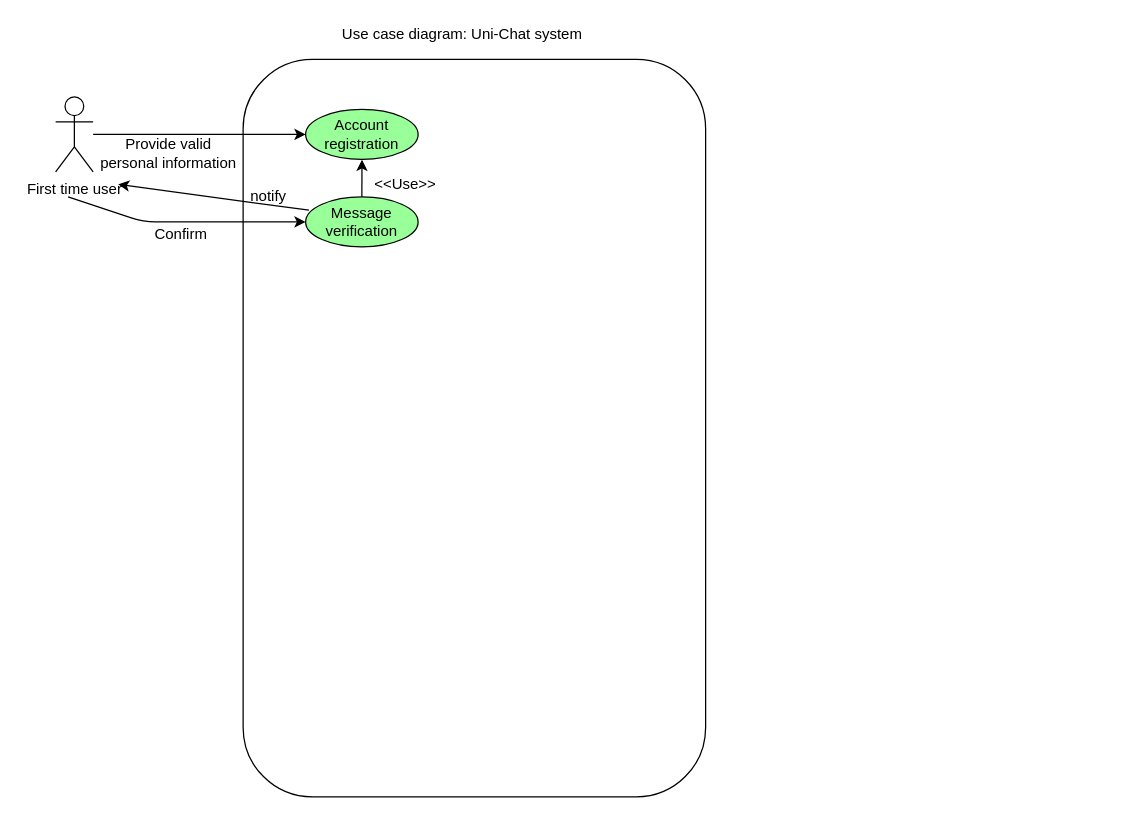
Before: Untitled Diagram.drawio in Allen-W426/java-8-lambdas-exercises, a draw.io diagram. Source tidied: cells renumbered, new cells numbered last; positions are measured from the earlier drawing's top-left corner, leaving out a move shared by most shapes. Both pictures are drawn from the tidied source at 125%, with x=0, y=0 at pixel (55, 21).
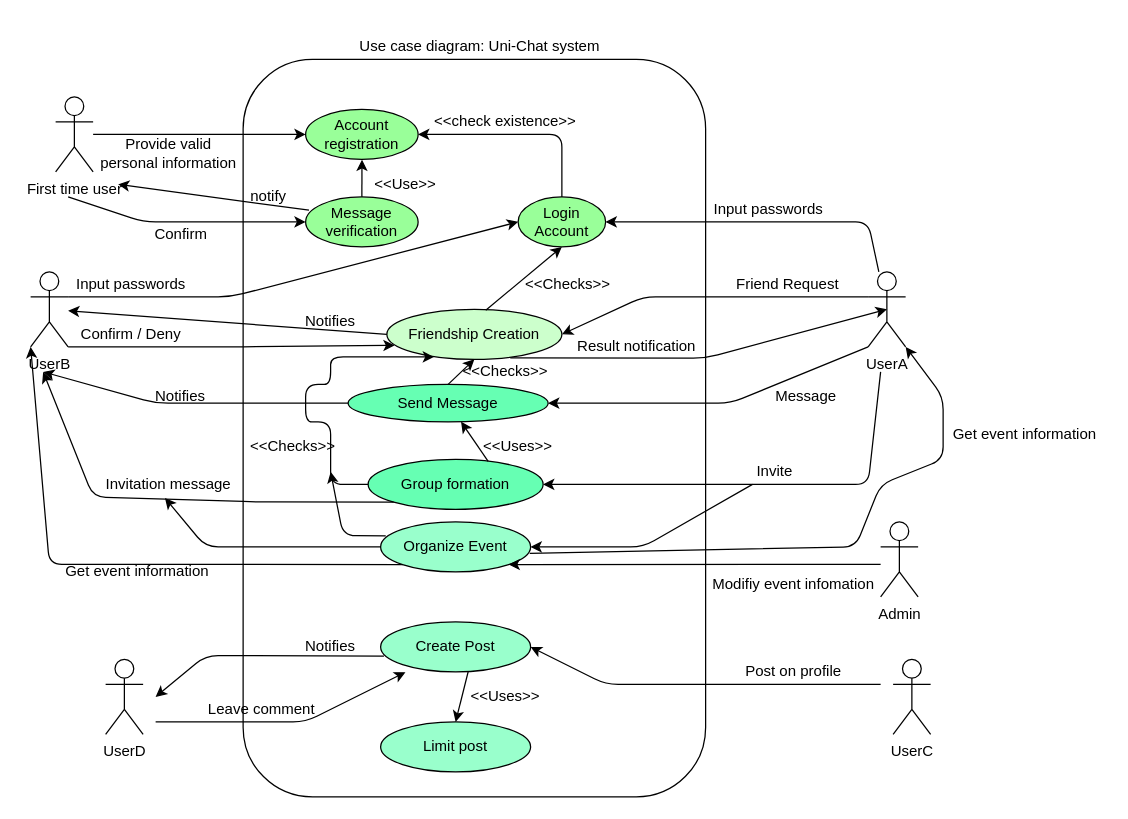
The same page after the edit.

The change refers to these unchanged cells:
```xml
<mxCell id="2" style="rounded=1;whiteSpace=wrap;html=1;" parent="1" vertex="1">
  <mxGeometry x="150" y="30" width="370" height="590" as="geometry" />
</mxCell>
<mxCell id="5" style="ellipse;whiteSpace=wrap;html=1;fillColor=#99FF99;" parent="1" vertex="1">
  <mxGeometry x="200" y="70" width="90" height="40" as="geometry" />
</mxCell>
```

Change to the diagram source:
```diff
@@
     <mxCell id="3" value="Use case diagram: Uni-Chat system" style="text;html=1;align=center;verticalAlign=middle;strokeColor=none;" parent="1" vertex="1">
-      <mxGeometry x="220" width="210" height="20" as="geometry" />
+      <mxGeometry x="234" y="10" width="210" height="20" as="geometry" />
     </mxCell>
@@
+    <mxCell id="16" value="Login Account" style="ellipse;whiteSpace=wrap;html=1;fillColor=#99FF99;" parent="1" vertex="1">
+      <mxGeometry x="370" y="140" width="70" height="40" as="geometry" />
+    </mxCell>
+    <mxCell id="17" value="UserA" style="shape=umlActor;verticalLabelPosition=bottom;verticalAlign=top;html=1;outlineConnect=0;fillColor=#FFFFFF;" parent="1" vertex="1">
+      <mxGeometry x="650" y="200" width="30" height="60" as="geometry" />
+    </mxCell>
+    <mxCell id="18" value="UserB" style="shape=umlActor;verticalLabelPosition=bottom;verticalAlign=top;html=1;outlineConnect=0;fillColor=#FFFFFF;" parent="1" vertex="1">
+      <mxGeometry x="-20" y="200" width="30" height="60" as="geometry" />
+    </mxCell>
+    <mxCell id="19" style="endArrow=classic;html=1;entryX=1;entryY=0.5;entryDx=0;entryDy=0;" parent="1" edge="1" source="17" target="16">
+      <mxGeometry relative="1" as="geometry">
+        <Array as="points">
+          <mxPoint x="650" y="160" />
+        </Array>
+      </mxGeometry>
+    </mxCell>
+    <mxCell id="20" value="Input passwords" style="text;html=1;align=center;verticalAlign=middle;strokeColor=none;" parent="1" vertex="1">
+      <mxGeometry x="520" y="140" width="100" height="20" as="geometry" />
+    </mxCell>
+    <mxCell id="21" style="endArrow=classic;html=1;exitX=1;exitY=0.3333333333333333;exitDx=0;exitDy=0;exitPerimeter=0;entryX=0;entryY=0.5;entryDx=0;entryDy=0;" parent="1" edge="1" source="18" target="16">
+      <mxGeometry relative="1" as="geometry">
+        <Array as="points">
+          <mxPoint x="140" y="220" />
+        </Array>
+      </mxGeometry>
+    </mxCell>
+    <mxCell id="22" value="Input passwords" style="text;html=1;align=center;verticalAlign=middle;strokeColor=none;" parent="1" vertex="1">
+      <mxGeometry x="10" y="200" width="100" height="20" as="geometry" />
+    </mxCell>
+    <mxCell id="23" value="Friendship Creation" style="ellipse;whiteSpace=wrap;html=1;fillColor=#CCFFCC;" parent="1" vertex="1">
+      <mxGeometry x="265" y="230" width="140" height="40" as="geometry" />
+    </mxCell>
+    <mxCell id="24" style="endArrow=classic;html=1;exitX=0.565;exitY=0.017;exitDx=0;exitDy=0;exitPerimeter=0;entryX=0.5;entryY=1;entryDx=0;entryDy=0;" parent="1" edge="1" source="23" target="16">
+      <mxGeometry relative="1" as="geometry" />
+    </mxCell>
+    <mxCell id="25" value="&amp;lt;&amp;lt;Checks&amp;gt;&amp;gt;" style="text;html=1;strokeColor=none;fillColor=none;align=center;verticalAlign=middle;whiteSpace=wrap;rounded=0;" parent="1" vertex="1">
+      <mxGeometry x="390" y="200" width="40" height="20" as="geometry" />
+    </mxCell>
+    <mxCell id="26" style="endArrow=classic;html=1;exitX=0;exitY=0.3333333333333333;exitDx=0;exitDy=0;exitPerimeter=0;entryX=1;entryY=0.5;entryDx=0;entryDy=0;" parent="1" edge="1" source="17" target="23">
+      <mxGeometry relative="1" as="geometry">
+        <Array as="points">
+          <mxPoint x="470" y="220" />
+        </Array>
+      </mxGeometry>
+    </mxCell>
+    <mxCell id="27" value="Friend Request&amp;nbsp;" style="text;html=1;strokeColor=none;fillColor=none;align=center;verticalAlign=middle;whiteSpace=wrap;rounded=0;" parent="1" vertex="1">
+      <mxGeometry x="540" y="200" width="95" height="20" as="geometry" />
+    </mxCell>
+    <mxCell id="28" style="endArrow=classic;html=1;exitX=0;exitY=0.5;exitDx=0;exitDy=0;" parent="1" edge="1" source="23" target="18">
+      <mxGeometry relative="1" as="geometry" />
+    </mxCell>
+    <mxCell id="29" value="Notifies" style="text;html=1;strokeColor=none;fillColor=none;align=center;verticalAlign=middle;whiteSpace=wrap;rounded=0;" parent="1" vertex="1">
+      <mxGeometry x="200" y="230" width="40" height="20" as="geometry" />
+    </mxCell>
+    <mxCell id="30" style="endArrow=classic;html=1;exitX=1;exitY=1;exitDx=0;exitDy=0;exitPerimeter=0;entryX=0.044;entryY=0.719;entryDx=0;entryDy=0;entryPerimeter=0;" parent="1" edge="1" source="18" target="23">
+      <mxGeometry relative="1" as="geometry">
+        <Array as="points">
+          <mxPoint x="140" y="260" />
+        </Array>
+      </mxGeometry>
+    </mxCell>
+    <mxCell id="31" value="Confirm / Deny" style="text;html=1;align=center;verticalAlign=middle;strokeColor=none;" parent="1" vertex="1">
+      <mxGeometry x="10" y="240" width="100" height="20" as="geometry" />
+    </mxCell>
+    <mxCell id="32" style="endArrow=classic;html=1;exitX=0.705;exitY=0.969;exitDx=0;exitDy=0;exitPerimeter=0;entryX=0.5;entryY=0.5;entryDx=0;entryDy=0;entryPerimeter=0;" parent="1" edge="1" source="23" target="17">
+      <mxGeometry relative="1" as="geometry">
+        <Array as="points">
+          <mxPoint x="520" y="269" />
+        </Array>
+      </mxGeometry>
+    </mxCell>
+    <mxCell id="33" value="Result notification" style="text;html=1;strokeColor=none;fillColor=none;align=center;verticalAlign=middle;whiteSpace=wrap;rounded=0;" parent="1" vertex="1">
+      <mxGeometry x="405" y="250" width="120" height="20" as="geometry" />
+    </mxCell>
+    <mxCell id="34" style="endArrow=classic;html=1;entryX=1;entryY=0.5;entryDx=0;entryDy=0;exitX=0.5;exitY=0;exitDx=0;exitDy=0;" parent="1" edge="1" source="16" target="5">
+      <mxGeometry relative="1" as="geometry">
+        <Array as="points">
+          <mxPoint x="405" y="90" />
+        </Array>
+      </mxGeometry>
+    </mxCell>
+    <mxCell id="35" value="&amp;lt;&amp;lt;check existence&amp;gt;&amp;gt;" style="text;html=1;strokeColor=none;fillColor=none;align=center;verticalAlign=middle;whiteSpace=wrap;rounded=0;" parent="1" vertex="1">
+      <mxGeometry x="300" y="70" width="120" height="20" as="geometry" />
+    </mxCell>
+    <mxCell id="36" value="Send Message" style="ellipse;whiteSpace=wrap;html=1;fillColor=#66FFB3;" parent="1" vertex="1">
+      <mxGeometry x="234" y="290" width="160" height="30" as="geometry" />
+    </mxCell>
+    <mxCell id="37" style="endArrow=classic;html=1;exitX=0;exitY=1;exitDx=0;exitDy=0;exitPerimeter=0;entryX=1;entryY=0.5;entryDx=0;entryDy=0;" parent="1" edge="1" source="17" target="36">
+      <mxGeometry relative="1" as="geometry">
+        <Array as="points">
+          <mxPoint x="540" y="305" />
+        </Array>
+      </mxGeometry>
+    </mxCell>
+    <mxCell id="38" value="Message" style="text;html=1;align=center;verticalAlign=middle;strokeColor=none;" parent="1" vertex="1">
+      <mxGeometry x="570" y="290" width="60" height="20" as="geometry" />
+    </mxCell>
+    <mxCell id="39" style="endArrow=classic;html=1;exitX=0;exitY=0.5;exitDx=0;exitDy=0;" parent="1" edge="1" source="36">
+      <mxGeometry relative="1" as="geometry">
+        <mxPoint x="-10" y="280" as="targetPoint" />
+        <Array as="points">
+          <mxPoint x="80" y="305" />
+        </Array>
+      </mxGeometry>
+    </mxCell>
+    <mxCell id="40" style="endArrow=classic;html=1;exitX=0.5;exitY=0;exitDx=0;exitDy=0;entryX=0.5;entryY=1;entryDx=0;entryDy=0;" parent="1" edge="1" source="36" target="23">
+      <mxGeometry relative="1" as="geometry" />
+    </mxCell>
+    <mxCell id="41" value="&amp;lt;&amp;lt;Checks&amp;gt;&amp;gt;" style="text;html=1;strokeColor=none;fillColor=none;align=center;verticalAlign=middle;whiteSpace=wrap;rounded=0;" parent="1" vertex="1">
+      <mxGeometry x="340" y="270" width="40" height="20" as="geometry" />
+    </mxCell>
+    <mxCell id="42" value="Notifies" style="text;html=1;strokeColor=none;fillColor=none;align=center;verticalAlign=middle;whiteSpace=wrap;rounded=0;" parent="1" vertex="1">
+      <mxGeometry x="80" y="290" width="40" height="20" as="geometry" />
+    </mxCell>
+    <mxCell id="43" value="Group formation" style="ellipse;whiteSpace=wrap;html=1;fillColor=#66FFB3;" parent="1" vertex="1">
+      <mxGeometry x="250" y="350" width="140" height="40" as="geometry" />
+    </mxCell>
+    <mxCell id="44" style="endArrow=classic;html=1;entryX=1;entryY=0.5;entryDx=0;entryDy=0;" parent="1" edge="1" target="43">
+      <mxGeometry relative="1" as="geometry">
+        <mxPoint x="660" y="280" as="sourcePoint" />
+        <Array as="points">
+          <mxPoint x="650" y="370" />
+        </Array>
+      </mxGeometry>
+    </mxCell>
+    <mxCell id="45" value="Invite" style="text;html=1;align=center;verticalAlign=middle;points=[];strokeColor=none;" parent="1" vertex="1">
+      <mxGeometry x="555" y="350" width="40" height="20" as="geometry" />
+    </mxCell>
+    <mxCell id="46" style="endArrow=classic;html=1;exitX=0;exitY=0.5;exitDx=0;exitDy=0;entryX=0.269;entryY=0.95;entryDx=0;entryDy=0;entryPerimeter=0;" parent="1" edge="1" source="43" target="23">
+      <mxGeometry relative="1" as="geometry">
+        <Array as="points">
+          <mxPoint x="220" y="370" />
+          <mxPoint x="220" y="320" />
+          <mxPoint x="200" y="320" />
+          <mxPoint x="200" y="290" />
+          <mxPoint x="220" y="290" />
+          <mxPoint x="220" y="268" />
+        </Array>
+      </mxGeometry>
+    </mxCell>
+    <mxCell id="47" value="&amp;lt;&amp;lt;Checks&amp;gt;&amp;gt;" style="text;html=1;strokeColor=none;fillColor=none;align=center;verticalAlign=middle;whiteSpace=wrap;rounded=0;" parent="1" vertex="1">
+      <mxGeometry x="170" y="330" width="40" height="20" as="geometry" />
+    </mxCell>
+    <mxCell id="48" style="endArrow=classic;html=1;exitX=0;exitY=1;exitDx=0;exitDy=0;" parent="1" edge="1" source="43">
+      <mxGeometry relative="1" as="geometry">
+        <mxPoint x="-10" y="280" as="targetPoint" />
+        <Array as="points">
+          <mxPoint x="160" y="384" />
+          <mxPoint x="30" y="380" />
+        </Array>
+      </mxGeometry>
+    </mxCell>
+    <mxCell id="49" value="Invitation message" style="text;html=1;align=center;verticalAlign=middle;points=[];strokeColor=none;" parent="1" vertex="1">
+      <mxGeometry x="30" y="360" width="120" height="20" as="geometry" />
+    </mxCell>
+    <mxCell id="50" style="endArrow=classic;html=1;exitX=0.686;exitY=0.038;exitDx=0;exitDy=0;exitPerimeter=0;" parent="1" edge="1" source="43" target="36">
+      <mxGeometry relative="1" as="geometry" />
+    </mxCell>
+    <mxCell id="51" value="&amp;lt;&amp;lt;Uses&amp;gt;&amp;gt;" style="text;html=1;strokeColor=none;fillColor=none;align=center;verticalAlign=middle;whiteSpace=wrap;rounded=0;" parent="1" vertex="1">
+      <mxGeometry x="350" y="330" width="40" height="20" as="geometry" />
+    </mxCell>
+    <mxCell id="52" value="Organize Event" style="ellipse;whiteSpace=wrap;html=1;fillColor=#99FFCC;" parent="1" vertex="1">
+      <mxGeometry x="260" y="400" width="120" height="40" as="geometry" />
+    </mxCell>
+    <mxCell id="53" style="endArrow=classic;html=1;entryX=1;entryY=0.5;entryDx=0;entryDy=0;" parent="1" edge="1" source="45" target="52">
+      <mxGeometry relative="1" as="geometry">
+        <Array as="points">
+          <mxPoint x="470" y="420" />
+        </Array>
+      </mxGeometry>
+    </mxCell>
+    <mxCell id="54" style="endArrow=classic;html=1;exitX=0;exitY=0.5;exitDx=0;exitDy=0;entryX=0.479;entryY=1.042;entryDx=0;entryDy=0;entryPerimeter=0;" parent="1" edge="1" source="52" target="49">
+      <mxGeometry relative="1" as="geometry">
+        <Array as="points">
+          <mxPoint x="120" y="420" />
+        </Array>
+      </mxGeometry>
+    </mxCell>
+    <mxCell id="55" style="endArrow=classic;html=1;exitX=0.034;exitY=0.281;exitDx=0;exitDy=0;exitPerimeter=0;" parent="1" edge="1" source="52">
+      <mxGeometry relative="1" as="geometry">
+        <mxPoint x="220" y="360" as="targetPoint" />
+        <Array as="points">
+          <mxPoint x="230" y="411" />
+        </Array>
+      </mxGeometry>
+    </mxCell>
+    <mxCell id="56" value="Admin" style="shape=umlActor;verticalLabelPosition=bottom;verticalAlign=top;html=1;fillColor=#FFFFFF;" parent="1" vertex="1">
+      <mxGeometry x="660" y="400" width="30" height="60" as="geometry" />
+    </mxCell>
+    <mxCell id="57" style="endArrow=classic;html=1;entryX=1;entryY=1;entryDx=0;entryDy=0;" parent="1" edge="1" target="52">
+      <mxGeometry relative="1" as="geometry">
+        <mxPoint x="660" y="434" as="sourcePoint" />
+      </mxGeometry>
+    </mxCell>
+    <mxCell id="58" value="Modifiy event infomation" style="text;html=1;align=center;verticalAlign=middle;strokeColor=none;" parent="1" vertex="1">
+      <mxGeometry x="520" y="440" width="140" height="20" as="geometry" />
+    </mxCell>
+    <mxCell id="59" style="endArrow=classic;html=1;exitX=0;exitY=1;exitDx=0;exitDy=0;entryX=0;entryY=1;entryDx=0;entryDy=0;entryPerimeter=0;" parent="1" edge="1" source="52" target="18">
+      <mxGeometry relative="1" as="geometry">
+        <Array as="points">
+          <mxPoint x="-5" y="434" />
+        </Array>
+      </mxGeometry>
+    </mxCell>
+    <mxCell id="60" value="Get event information" style="text;html=1;align=center;verticalAlign=middle;strokeColor=none;" parent="1" vertex="1">
+      <mxGeometry y="430" width="130" height="20" as="geometry" />
+    </mxCell>
+    <mxCell id="61" style="endArrow=classic;html=1;exitX=0.994;exitY=0.629;exitDx=0;exitDy=0;exitPerimeter=0;entryX=1;entryY=1;entryDx=0;entryDy=0;entryPerimeter=0;" parent="1" edge="1" source="52" target="17">
+      <mxGeometry relative="1" as="geometry">
+        <Array as="points">
+          <mxPoint x="640" y="420" />
+          <mxPoint x="660" y="370" />
+          <mxPoint x="710" y="350" />
+          <mxPoint x="710" y="300" />
+        </Array>
+      </mxGeometry>
+    </mxCell>
+    <mxCell id="62" value="Get event information" style="text;html=1;align=center;verticalAlign=middle;strokeColor=none;" parent="1" vertex="1">
+      <mxGeometry x="710" y="320" width="130" height="20" as="geometry" />
+    </mxCell>
+    <mxCell id="63" value="UserC" style="shape=umlActor;verticalLabelPosition=bottom;verticalAlign=top;html=1;fillColor=#FFFFFF;" parent="1" vertex="1">
+      <mxGeometry x="670" y="510" width="30" height="60" as="geometry" />
+    </mxCell>
+    <mxCell id="64" value="UserD" style="shape=umlActor;verticalLabelPosition=bottom;verticalAlign=top;html=1;fillColor=#FFFFFF;" parent="1" vertex="1">
+      <mxGeometry x="40" y="510" width="30" height="60" as="geometry" />
+    </mxCell>
+    <mxCell id="65" value="Create Post" style="ellipse;whiteSpace=wrap;html=1;fillColor=#99FFCC;" parent="1" vertex="1">
+      <mxGeometry x="260" y="480" width="120" height="40" as="geometry" />
+    </mxCell>
+    <mxCell id="66" style="endArrow=classic;html=1;entryX=1;entryY=0.5;entryDx=0;entryDy=0;" parent="1" edge="1" target="65">
+      <mxGeometry relative="1" as="geometry">
+        <mxPoint x="660" y="530" as="sourcePoint" />
+        <Array as="points">
+          <mxPoint x="440" y="530" />
+        </Array>
+      </mxGeometry>
+    </mxCell>
+    <mxCell id="67" value="Post on profile" style="text;html=1;align=center;verticalAlign=middle;strokeColor=none;" parent="1" vertex="1">
+      <mxGeometry x="545" y="510" width="90" height="20" as="geometry" />
+    </mxCell>
+    <mxCell id="68" style="endArrow=classic;html=1;exitX=0.022;exitY=0.683;exitDx=0;exitDy=0;exitPerimeter=0;" parent="1" edge="1" source="65">
+      <mxGeometry relative="1" as="geometry">
+        <mxPoint x="80" y="540" as="targetPoint" />
+        <Array as="points">
+          <mxPoint x="120" y="507" />
+        </Array>
+      </mxGeometry>
+    </mxCell>
+    <mxCell id="69" value="Notifies" style="text;html=1;strokeColor=none;fillColor=none;align=center;verticalAlign=middle;whiteSpace=wrap;rounded=0;" parent="1" vertex="1">
+      <mxGeometry x="200" y="490" width="40" height="20" as="geometry" />
+    </mxCell>
+    <mxCell id="70" value="Limit post" style="ellipse;whiteSpace=wrap;html=1;fillColor=#99FFCC;" parent="1" vertex="1">
+      <mxGeometry x="260" y="560" width="120" height="40" as="geometry" />
+    </mxCell>
+    <mxCell id="71" style="endArrow=classic;html=1;entryX=0.5;entryY=0;entryDx=0;entryDy=0;" parent="1" edge="1" target="70">
+      <mxGeometry relative="1" as="geometry">
+        <mxPoint x="330" y="520" as="sourcePoint" />
+      </mxGeometry>
+    </mxCell>
+    <mxCell id="72" value="&amp;lt;&amp;lt;Uses&amp;gt;&amp;gt;" style="text;html=1;strokeColor=none;fillColor=none;align=center;verticalAlign=middle;whiteSpace=wrap;rounded=0;" parent="1" vertex="1">
+      <mxGeometry x="340" y="530" width="40" height="20" as="geometry" />
+    </mxCell>
+    <mxCell id="73" style="endArrow=classic;html=1;entryX=0.351;entryY=0.831;entryDx=0;entryDy=0;entryPerimeter=0;" parent="1" edge="1" target="2">
+      <mxGeometry relative="1" as="geometry">
+        <mxPoint x="80" y="560" as="sourcePoint" />
+        <Array as="points">
+          <mxPoint x="200" y="560" />
+        </Array>
+      </mxGeometry>
+    </mxCell>
+    <mxCell id="74" value="Leave comment" style="text;html=1;strokeColor=none;fillColor=none;align=center;verticalAlign=middle;whiteSpace=wrap;rounded=0;" parent="1" vertex="1">
+      <mxGeometry x="110" y="540" width="110" height="20" as="geometry" />
+    </mxCell>
```
